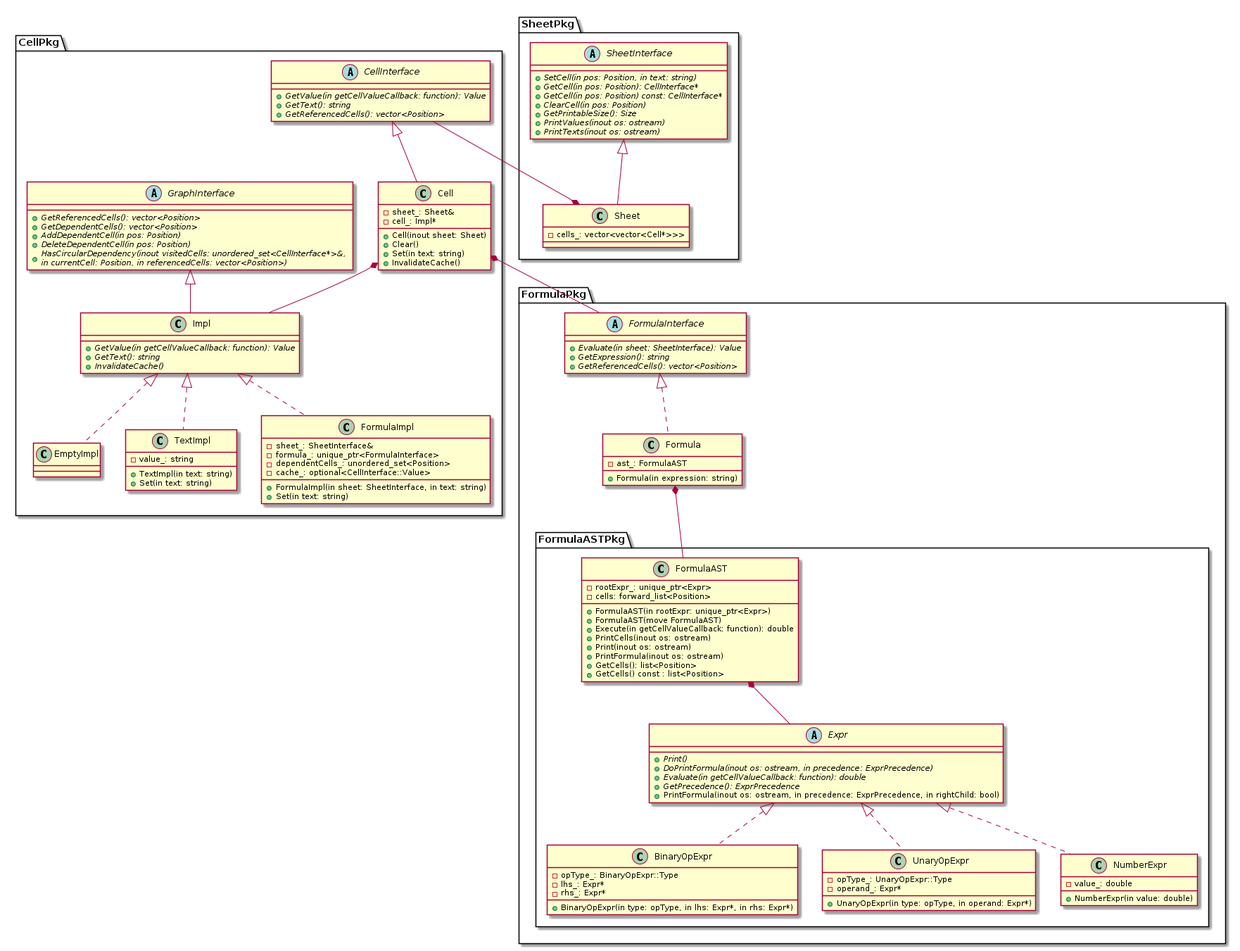
Above: uml/png/table.png in kazarynau/YandexPraktikumFinal (PlantUML), before the change.
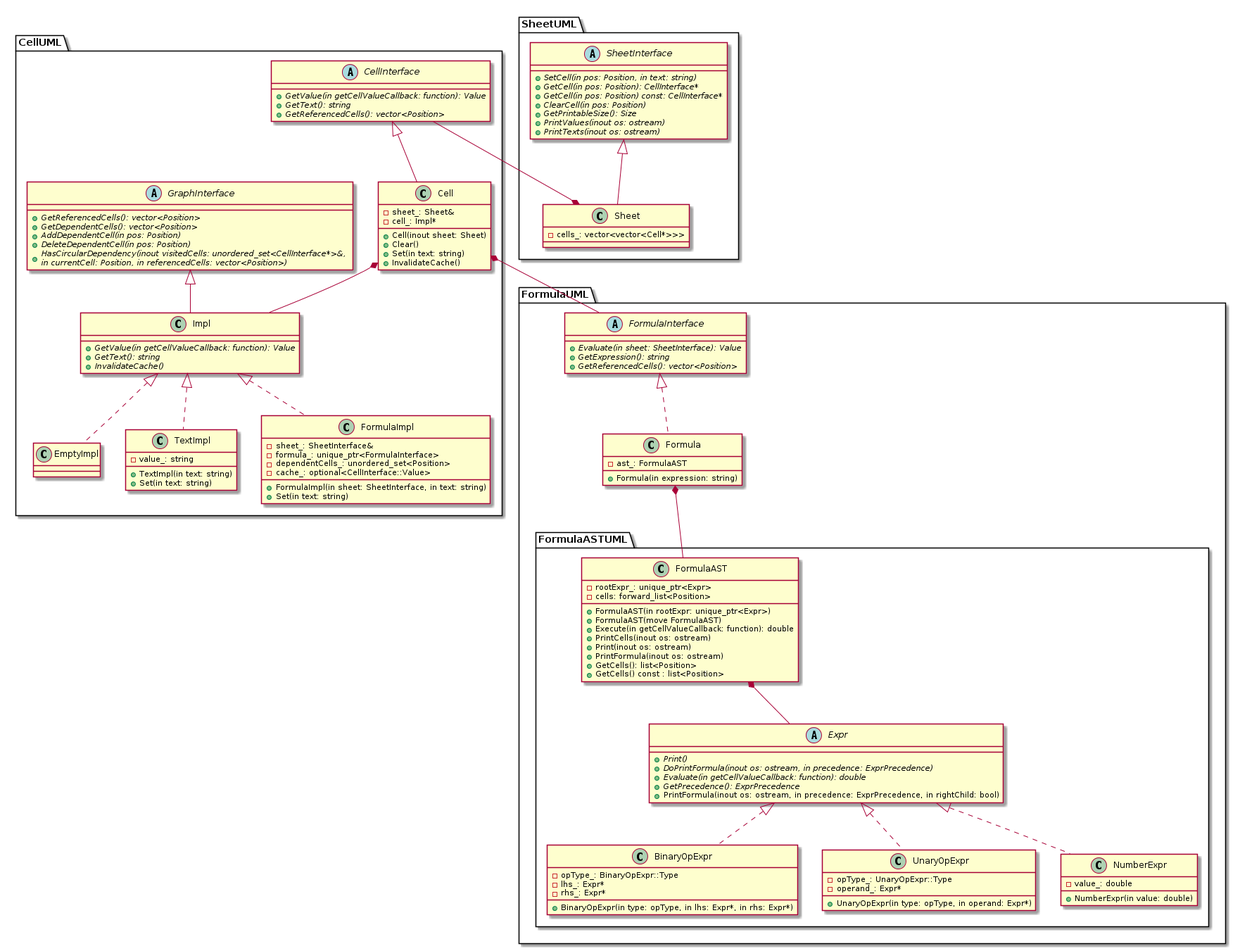
Later version of the same file.

What changed in the source:
```diff
@@ -1,6 +1,6 @@
 @startuml
 
-package CellPkg {
+package CellUML {
 
 abstract class GraphInterface {
     +{abstract} GetReferencedCells(): vector<Position>
@@ -63,7 +63,7 @@
 
 }
 
-package SheetPkg {
+package SheetUML {
 
 abstract class SheetInterface {
     +{abstract} SetCell(in pos: Position, in text: string)
@@ -83,9 +83,9 @@
 
 }
 
-package FormulaPkg {
+package FormulaUML {
 
-package FormulaASTPkg {
+package FormulaASTUML {
 
 abstract class Expr {
     +{abstract} Print()
```
